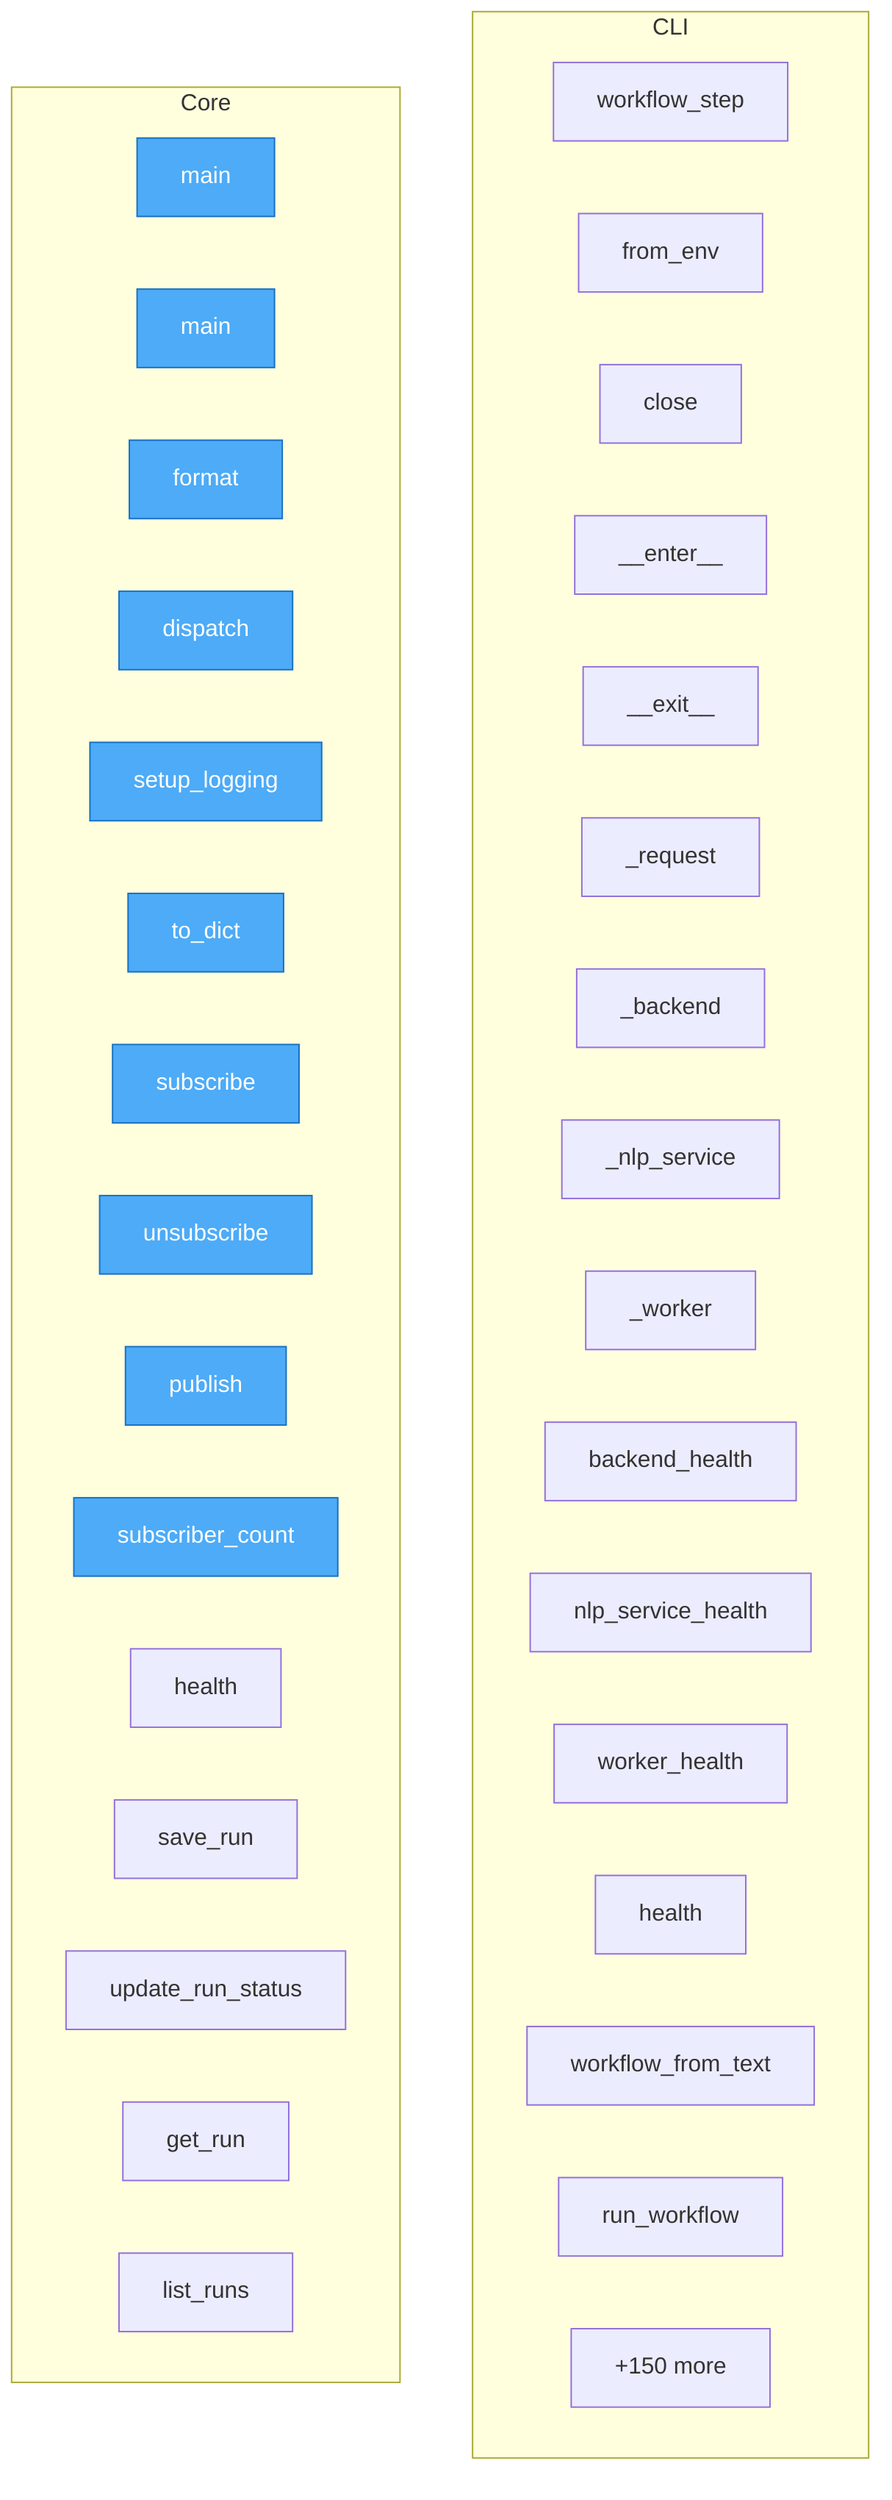
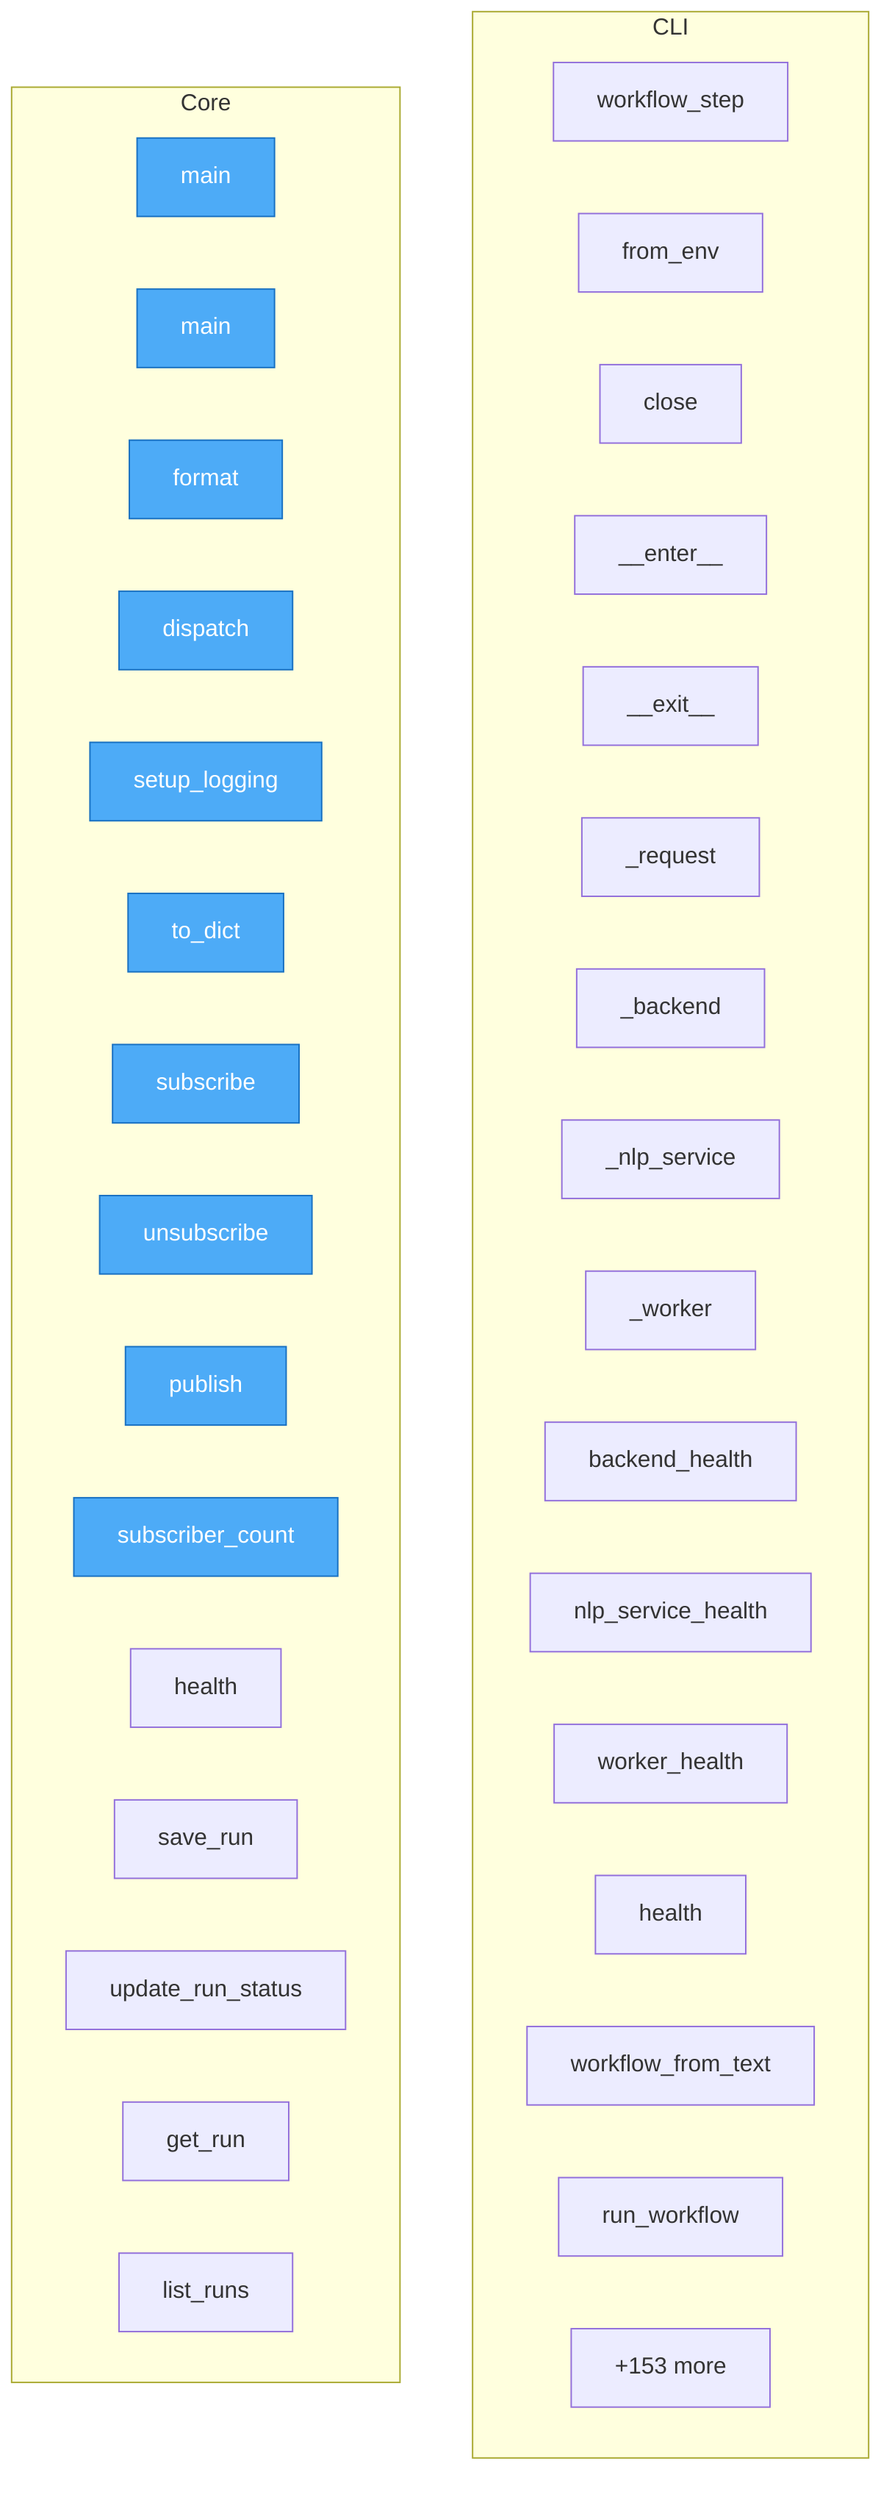
flowchart TD
- %% generated in 0.01s
+ %% generated in 0.02s

    %% Entry points (blue)
    classDef entry fill:#4dabf7,stroke:#1971c2,color:#fff

    subgraph CLI
        nlp2dsl_sdk__client__workflow_step["workflow_step"]
        nlp2dsl_sdk__client__NLP2DSLClient__from_env["from_env"]
        nlp2dsl_sdk__client__NLP2DSLClient__close["close"]
        nlp2dsl_sdk__client__NLP2DSLClient____enter__["__enter__"]
        nlp2dsl_sdk__client__NLP2DSLClient____exit__["__exit__"]
        nlp2dsl_sdk__client__NLP2DSLClient___request["_request"]
        nlp2dsl_sdk__client__NLP2DSLClient___backend["_backend"]
        nlp2dsl_sdk__client__NLP2DSLClient___nlp_service["_nlp_service"]
        nlp2dsl_sdk__client__NLP2DSLClient___worker["_worker"]
        nlp2dsl_sdk__client__NLP2DSLClient__backend_health["backend_health"]
        nlp2dsl_sdk__client__NLP2DSLClient__nlp_service_health["nlp_service_health"]
        nlp2dsl_sdk__client__NLP2DSLClient__worker_health["worker_health"]
        nlp2dsl_sdk__client__NLP2DSLClient__health["health"]
        nlp2dsl_sdk__client__NLP2DSLClient__workflow_from_text["workflow_from_text"]
        nlp2dsl_sdk__client__NLP2DSLClient__run_workflow["run_workflow"]
        ...["+34 more"]
    end

    subgraph Core
        tauri_wrapper__src_tauri__build__main["main"]
        tauri_wrapper__src_tauri__src__main__main["main"]
        backend__app__logging_setup__JSONFormatter__format["format"]
        backend__app__logging_setup__RequestIDMiddleware__dispatch["dispatch"]
        backend__app__logging_setup__setup_logging["setup_logging"]
        backend__app__workflow_events__WorkflowEvent__to_dict["to_dict"]
        backend__app__workflow_events__WorkflowEventHub__subscribe["subscribe"]
        backend__app__workflow_events__WorkflowEventHub__unsubscribe["unsubscribe"]
        backend__app__workflow_events__WorkflowEventHub__publish["publish"]
        backend__app__workflow_events__WorkflowEventHub__subscriber_count["subscriber_count"]
        backend__app__main__health["health"]
        backend__app__db__memory__MemoryWorkflowRepo__save_run["save_run"]
        backend__app__db__memory__MemoryWorkflowRepo__update_run_status["update_run_status"]
        backend__app__db__memory__MemoryWorkflowRepo__get_run["get_run"]
        backend__app__db__memory__MemoryWorkflowRepo__list_runs["list_runs"]
-         ...["+150 more"]
+         ...["+153 more"]
    end

    class tauri_wrapper__src_tauri__build__main,tauri_wrapper__src_tauri__src__main__main,backend__app__logging_setup__JSONFormatter__format,backend__app__logging_setup__RequestIDMiddleware__dispatch,backend__app__logging_setup__setup_logging,backend__app__workflow_events__WorkflowEvent__to_dict,backend__app__workflow_events__WorkflowEventHub__subscribe,backend__app__workflow_events__WorkflowEventHub__unsubscribe,backend__app__workflow_events__WorkflowEventHub__publish,backend__app__workflow_events__WorkflowEventHub__subscriber_count entry
